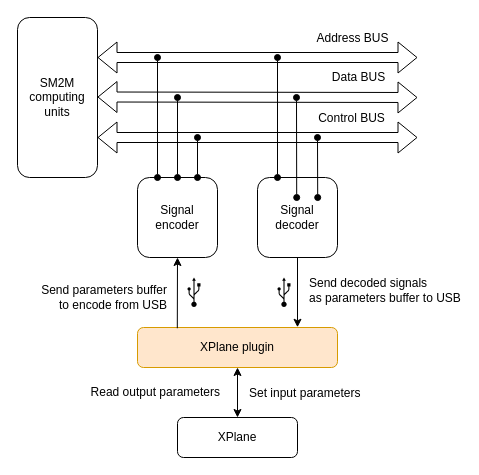
Before: page "xplane-plugin" (1 of 3) of doc/design.drawio in artemkorobko/an26sim, a draw.io diagram. Source tidied: cells renumbered, new cells numbered last; positions are measured from the earlier drawing's top-left corner, leaving out a move shared by most shapes. Both pictures are drawn from the tidied source at 100%, with x=0, y=0 at pixel (17, 17).
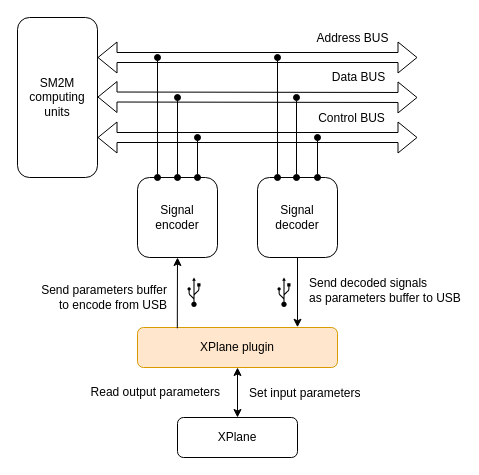
After the change.

The edit, as a diff of the source:
```diff
@@
-    <mxCell id="23" style="endArrow=oval;html=1;labelBackgroundColor=none;fontSize=12;startArrow=oval;startFill=1;entryX=0.25;entryY=0;entryDx=0;entryDy=0;endFill=1;" parent="1" edge="1">
+    <mxCell id="23" style="endArrow=oval;html=1;labelBackgroundColor=none;fontSize=12;startArrow=oval;startFill=1;endFill=1;" parent="1" edge="1">
       <mxGeometry relative="1" as="geometry">
         <mxPoint x="279" y="80" as="sourcePoint" />
-        <mxPoint x="279.2" y="180" as="targetPoint" />
+        <mxPoint x="279" y="160" as="targetPoint" />
       </mxGeometry>
     </mxCell>
-    <mxCell id="24" style="endArrow=oval;html=1;labelBackgroundColor=none;fontSize=12;startArrow=oval;startFill=1;entryX=0.25;entryY=0;entryDx=0;entryDy=0;endFill=1;" parent="1" edge="1">
+    <mxCell id="24" style="endArrow=oval;html=1;labelBackgroundColor=none;fontSize=12;startArrow=oval;startFill=1;endFill=1;" parent="1" edge="1">
       <mxGeometry relative="1" as="geometry">
         <mxPoint x="300" y="120" as="sourcePoint" />
-        <mxPoint x="300.2" y="180" as="targetPoint" />
+        <mxPoint x="300" y="160" as="targetPoint" />
       </mxGeometry>
     </mxCell>
```
